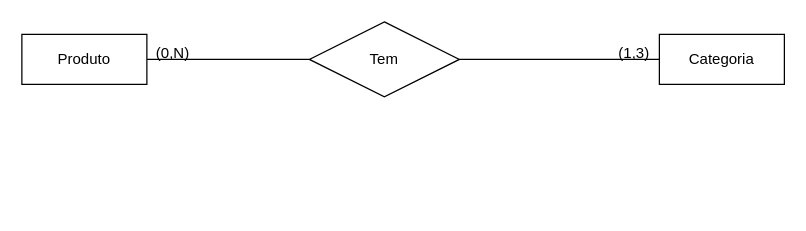
The draw.io diagram page "Modelo Conceitual" (1 of 2) of requirements/ecommerce-database.drawio in esteroliveira33/ecommerce-node-api, before the edit. Source tidied: cells renumbered, new cells numbered last; positions are measured from the earlier drawing's top-left corner, leaving out a move shared by most shapes. Both pictures are drawn from the tidied source at 125%, with x=0, y=0 at pixel (21, 21).
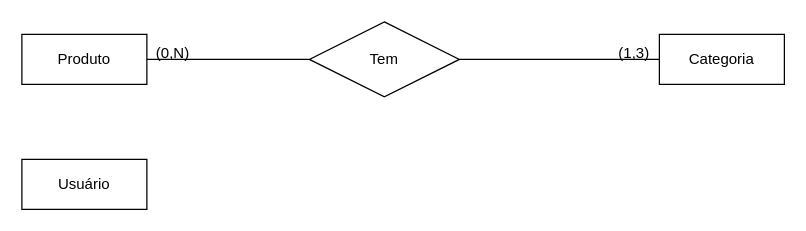
The same diagram, later.

Diff of the diagram source:
```diff
@@
 <mxGraphModel>
   <root>
     <mxCell id="0" />
     <mxCell id="1" parent="0" />
     <mxCell id="2" style="edgeStyle=none;html=1;exitX=1;exitY=0.5;exitDx=0;exitDy=0;entryX=0;entryY=0.5;entryDx=0;entryDy=0;startArrow=none;startFill=0;endArrow=none;endFill=0;" parent="1" edge="1" source="3" target="6">
       <mxGeometry relative="1" as="geometry" />
     </mxCell>
     <mxCell id="3" value="Produto" style="whiteSpace=wrap;html=1;align=center;" parent="1" vertex="1">
       <mxGeometry y="10" width="100" height="40" as="geometry" />
     </mxCell>
     <mxCell id="4" value="Categoria" style="whiteSpace=wrap;html=1;align=center;" parent="1" vertex="1">
       <mxGeometry x="510" y="10" width="100" height="40" as="geometry" />
     </mxCell>
     <mxCell id="5" style="edgeStyle=none;html=1;startArrow=none;startFill=0;endArrow=none;endFill=0;" parent="1" edge="1" source="6" target="4">
       <mxGeometry relative="1" as="geometry" />
     </mxCell>
     <mxCell id="6" value="Tem&lt;br&gt;" style="shape=rhombus;perimeter=rhombusPerimeter;whiteSpace=wrap;html=1;align=center;" parent="1" vertex="1">
       <mxGeometry x="230" width="120" height="60" as="geometry" />
     </mxCell>
     <mxCell id="7" value="(1,3)" style="text;html=1;strokeColor=none;fillColor=none;align=center;verticalAlign=middle;whiteSpace=wrap;rounded=0;" parent="1" vertex="1">
       <mxGeometry x="460" y="10" width="60" height="30" as="geometry" />
     </mxCell>
     <mxCell id="8" value="(0,N)" style="text;html=1;strokeColor=none;fillColor=none;align=center;verticalAlign=middle;whiteSpace=wrap;rounded=0;" parent="1" vertex="1">
       <mxGeometry x="91" y="10" width="60" height="30" as="geometry" />
     </mxCell>
+    <mxCell id="9" value="Usuário" style="whiteSpace=wrap;html=1;align=center;" parent="1" vertex="1">
+      <mxGeometry y="110" width="100" height="40" as="geometry" />
+    </mxCell>
   </root>
 </mxGraphModel>
```
